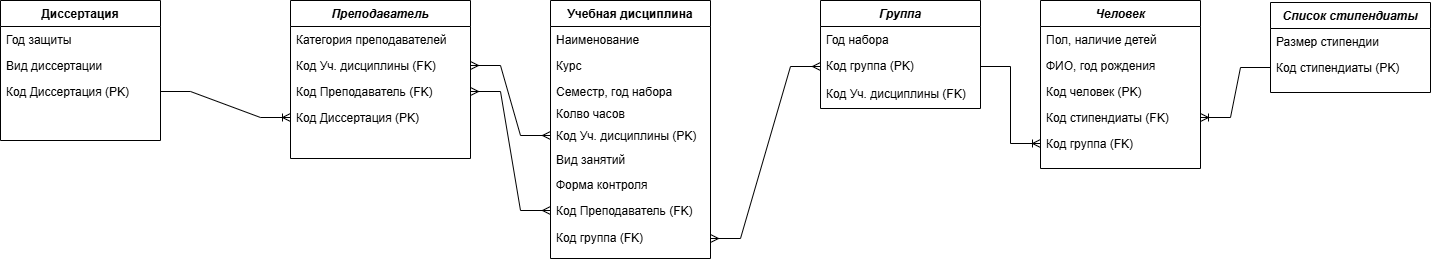
This is БД 2 Хорошилова.drawio.png from ksinph/PSTU_LABS_2023, a draw.io export, as it was before one commit. Source tidied: cells renumbered, new cells last; positions are measured from the earlier drawing's top-left corner, leaving out a move shared by most shapes.
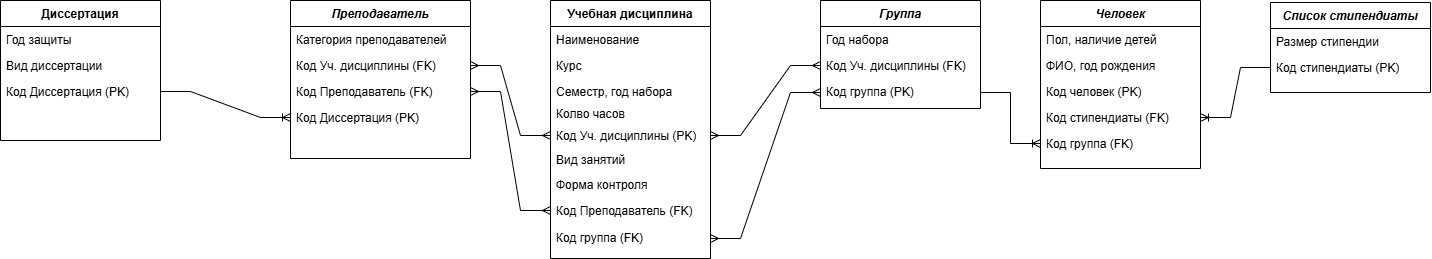
The same file after the commit.

What changed in the source:
```diff
@@ -68,12 +68,12 @@
     <mxCell id="23" value="Год набора" style="text;align=left;verticalAlign=top;spacingLeft=4;spacingRight=4;overflow=hidden;" parent="22" vertex="1">
       <mxGeometry y="26" width="160" height="26" as="geometry" />
     </mxCell>
+    <mxCell id="25" value="Код Уч. дисциплины (FK)" style="text;align=left;verticalAlign=top;spacingLeft=4;spacingRight=4;overflow=hidden;points=[[0,0.5],[1,0.5]];portConstraint=eastwest;" parent="22" vertex="1">
+      <mxGeometry y="52" width="160" height="26" as="geometry" />
+    </mxCell>
     <mxCell id="24" value="Код группа (PK)" style="text;align=left;verticalAlign=top;spacingLeft=4;spacingRight=4;overflow=hidden;points=[[0,0.5],[1,0.5]];portConstraint=eastwest;" parent="22" vertex="1">
-      <mxGeometry y="52" width="160" height="28" as="geometry" />
+      <mxGeometry y="78" width="160" height="28" as="geometry" />
     </mxCell>
-    <mxCell id="25" value="Код Уч. дисциплины (FK)" style="text;align=left;verticalAlign=top;spacingLeft=4;spacingRight=4;overflow=hidden;points=[[0,0.5],[1,0.5]];portConstraint=eastwest;" parent="22" vertex="1">
-      <mxGeometry y="80" width="160" height="26" as="geometry" />
-    </mxCell>
     <mxCell id="26" value="Преподаватель" style="swimlane;fontStyle=3;align=center;verticalAlign=top;horizontal=1;startSize=26;rounded=0;shadow=0;strokeWidth=1;" parent="1" vertex="1">
       <mxGeometry x="290" width="180" height="158" as="geometry" />
     </mxCell>
@@ -116,5 +116,8 @@
     <mxCell id="39" style="edgeStyle=entityRelationEdgeStyle;fontSize=12;html=1;endArrow=ERoneToMany;rounded=0;entryX=1;entryY=0.5;entryDx=0;entryDy=0;exitX=0;exitY=0.5;exitDx=0;exitDy=0;" parent="1" edge="1" source="21" target="6">
       <mxGeometry relative="1" as="geometry" />
     </mxCell>
+    <mxCell id="40" style="edgeStyle=entityRelationEdgeStyle;fontSize=12;html=1;endArrow=ERmany;startArrow=ERmany;rounded=0;exitX=1;exitY=0.5;exitDx=0;exitDy=0;entryX=0;entryY=0.5;entryDx=0;entryDy=0;" parent="1" edge="1" source="31" target="25">
+      <mxGeometry relative="1" as="geometry" />
+    </mxCell>
   </root>
 </mxGraphModel>
```
